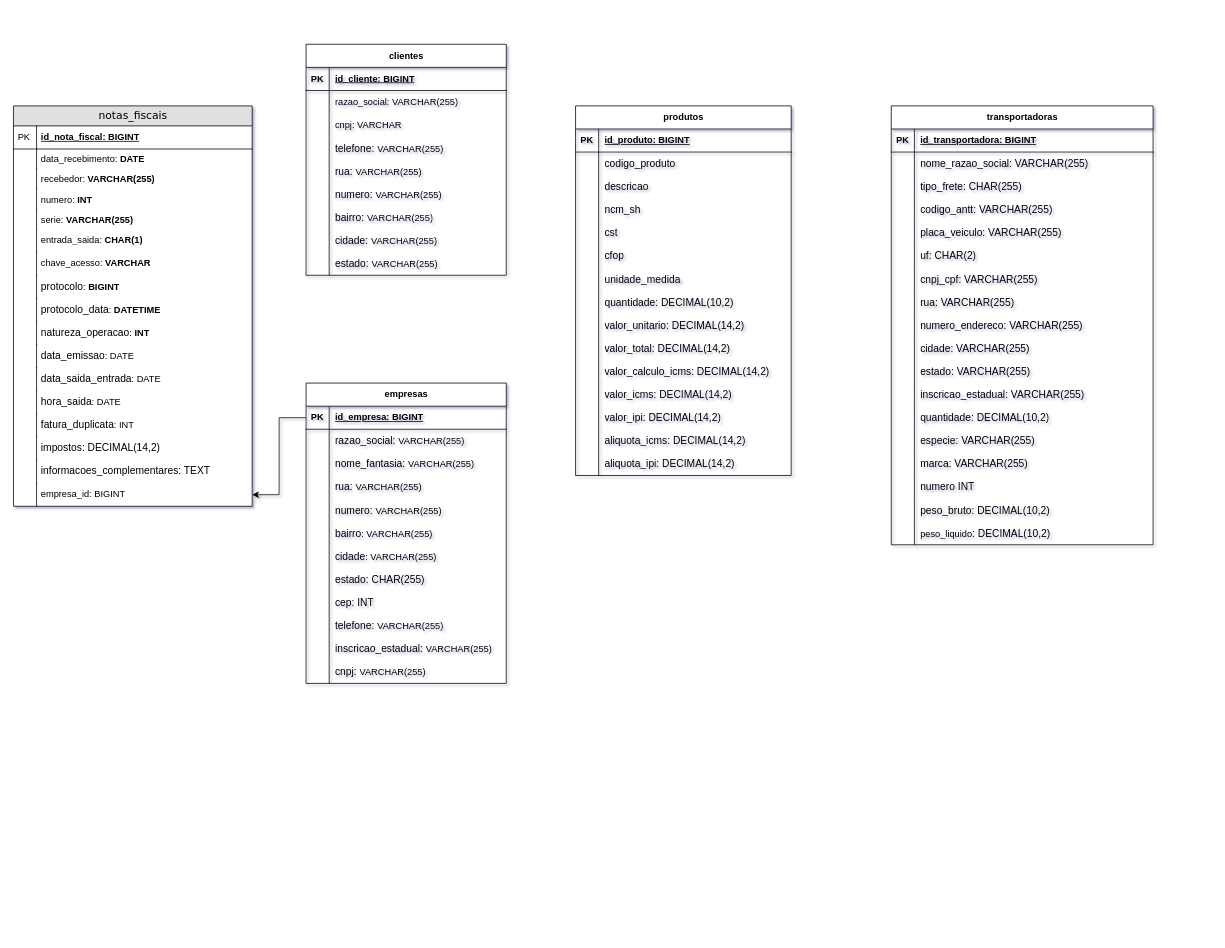
Earlier version of the draw.io diagram Diagrama sem nome.drawio (RenanSMA/3-Semestre). Source tidied: cells renumbered, new cells numbered last; positions are measured from the earlier drawing's top-left corner, leaving out a move shared by most shapes. Both pictures are drawn from the tidied source at 77%, with x=0, y=0 at pixel (13, 44).
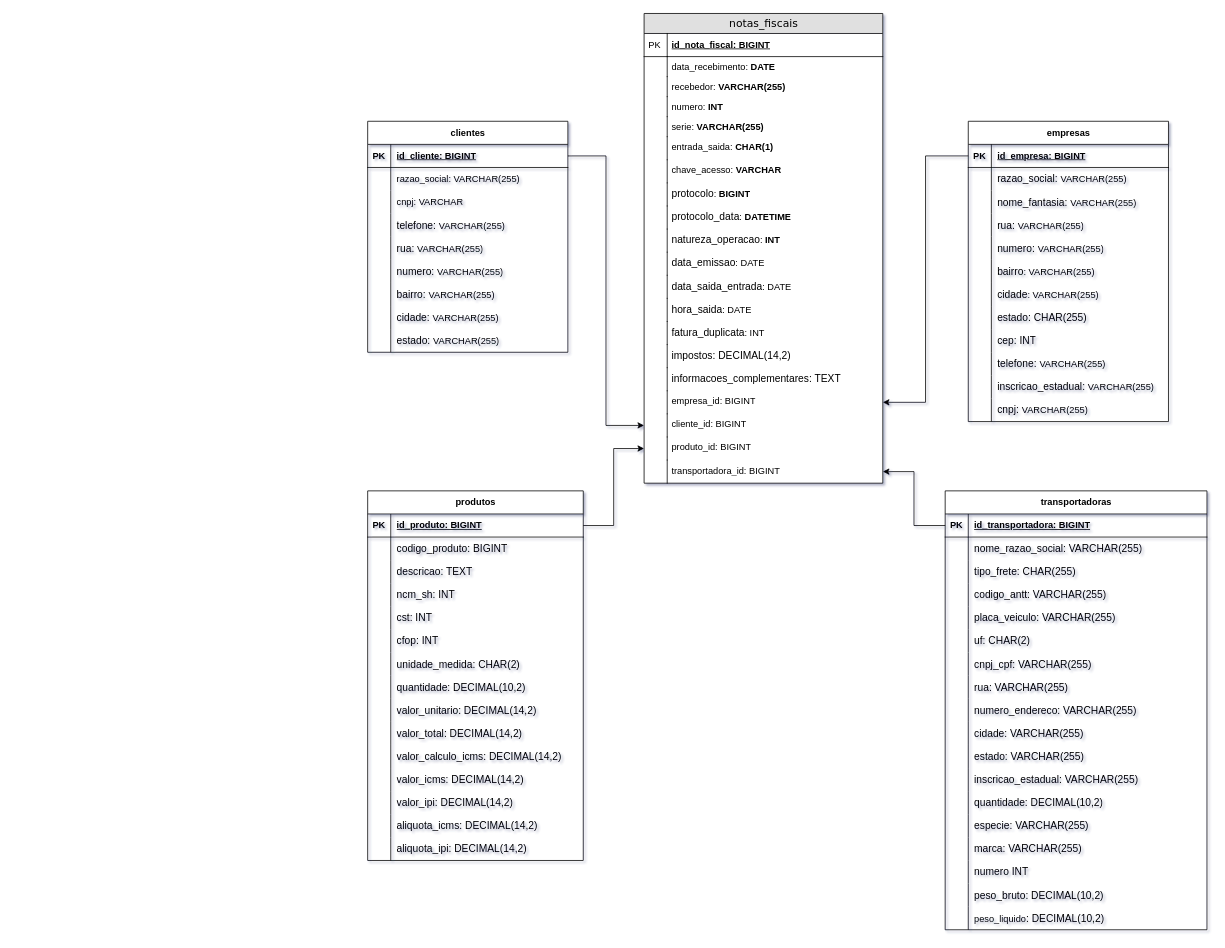
The same page after the edit.

Commit message:
Tarefa Feita 06/04/2025.drawio

The change refers to these unchanged cells:
```xml
<mxCell id="75" style="shape=tableRow;horizontal=0;startSize=0;swimlaneHead=0;swimlaneBody=0;fillColor=none;points=[[0,0.5],[1,0.5]];portConstraint=eastwest;top=0;left=0;right=0;bottom=1;" parent="74" vertex="1">
  <mxGeometry y="30" width="280" height="30" as="geometry" />
</mxCell>
<mxCell id="78" style="shape=tableRow;horizontal=0;startSize=0;swimlaneHead=0;swimlaneBody=0;fillColor=none;top=0;left=0;right=0;bottom=0;" parent="74" vertex="1">
  <mxGeometry y="60" width="280" height="30" as="geometry" />
</mxCell>
<mxCell id="81" style="shape=tableRow;horizontal=0;startSize=0;swimlaneHead=0;swimlaneBody=0;fillColor=none;top=0;left=0;right=0;bottom=0;" parent="74" vertex="1">
  <mxGeometry y="90" width="280" height="30" as="geometry" />
</mxCell>
<mxCell id="84" style="shape=tableRow;horizontal=0;startSize=0;swimlaneHead=0;swimlaneBody=0;fillColor=none;top=0;left=0;right=0;bottom=0;" parent="74" vertex="1">
  <mxGeometry y="120" width="280" height="30" as="geometry" />
</mxCell>
<mxCell id="87" style="shape=tableRow;horizontal=0;startSize=0;swimlaneHead=0;swimlaneBody=0;fillColor=none;top=0;left=0;right=0;bottom=0;" parent="74" vertex="1">
  <mxGeometry y="150" width="280" height="30" as="geometry" />
</mxCell>
<mxCell id="90" style="shape=tableRow;horizontal=0;startSize=0;swimlaneHead=0;swimlaneBody=0;fillColor=none;top=0;left=0;right=0;bottom=0;" parent="74" vertex="1">
  <mxGeometry y="180" width="280" height="30" as="geometry" />
</mxCell>
<mxCell id="93" style="shape=tableRow;horizontal=0;startSize=0;swimlaneHead=0;swimlaneBody=0;fillColor=none;top=0;left=0;right=0;bottom=0;" parent="74" vertex="1">
  <mxGeometry y="210" width="280" height="30" as="geometry" />
</mxCell>
<mxCell id="121" style="shape=tableRow;horizontal=0;startSize=0;swimlaneHead=0;swimlaneBody=0;fillColor=none;points=[[0,0.5],[1,0.5]];portConstraint=eastwest;top=0;left=0;right=0;bottom=1;" parent="120" vertex="1">
  <mxGeometry y="30" width="340" height="30" as="geometry" />
</mxCell>
<mxCell id="177" style="shape=tableRow;horizontal=0;startSize=0;swimlaneHead=0;swimlaneBody=0;fillColor=none;points=[[0,0.5],[1,0.5]];portConstraint=eastwest;top=0;left=0;right=0;bottom=1;" parent="176" vertex="1">
  <mxGeometry y="30" width="260" height="30" as="geometry" />
</mxCell>
```

Change to the diagram source:
```diff
@@
     <mxCell id="2" value="notas_fiscais" style="swimlane;html=1;fontStyle=0;horizontal=1;startSize=26;fillColor=#e0e0e0;swimlaneFillColor=#ffffff;align=center;rounded=0;shadow=0;comic=0;labelBackgroundColor=none;strokeWidth=1;fontFamily=Verdana;fontSize=14;" parent="1" vertex="1">
-      <mxGeometry y="80" width="310" height="520" as="geometry" />
+      <mxGeometry x="819" y="-40" width="310" height="610" as="geometry" />
     </mxCell>
@@
+    <mxCell id="204" value="cliente_id: BIGINT" style="shape=partialRectangle;top=0;left=0;right=0;bottom=0;html=1;align=left;verticalAlign=top;fillColor=none;spacingLeft=34;spacingRight=4;whiteSpace=wrap;overflow=hidden;points=[[0,0.5],[1,0.5]];portConstraint=eastwest;" parent="2" vertex="1">
+      <mxGeometry y="520" width="310" height="30" as="geometry" />
+    </mxCell>
+    <mxCell id="205" style="shape=partialRectangle;top=0;left=0;bottom=0;html=1;fillColor=none;align=left;verticalAlign=top;spacingLeft=4;spacingRight=4;whiteSpace=wrap;overflow=hidden;" parent="204" vertex="1">
+      <mxGeometry width="30" height="30" as="geometry" />
+    </mxCell>
+    <mxCell id="206" value="produto_id: BIGINT" style="shape=partialRectangle;top=0;left=0;right=0;bottom=0;html=1;align=left;verticalAlign=top;fillColor=none;spacingLeft=34;spacingRight=4;whiteSpace=wrap;overflow=hidden;points=[[0,0.5],[1,0.5]];portConstraint=eastwest;" parent="2" vertex="1">
+      <mxGeometry y="550" width="310" height="30" as="geometry" />
+    </mxCell>
+    <mxCell id="207" style="shape=partialRectangle;top=0;left=0;bottom=0;html=1;fillColor=none;align=left;verticalAlign=top;spacingLeft=4;spacingRight=4;whiteSpace=wrap;overflow=hidden;" parent="206" vertex="1">
+      <mxGeometry width="30" height="30" as="geometry" />
+    </mxCell>
+    <mxCell id="208" value="transportadora_id: BIGINT" style="shape=partialRectangle;top=0;left=0;right=0;bottom=0;html=1;align=left;verticalAlign=top;fillColor=none;spacingLeft=34;spacingRight=4;whiteSpace=wrap;overflow=hidden;points=[[0,0.5],[1,0.5]];portConstraint=eastwest;" parent="2" vertex="1">
+      <mxGeometry y="580" width="310" height="30" as="geometry" />
+    </mxCell>
+    <mxCell id="209" style="shape=partialRectangle;top=0;left=0;bottom=0;html=1;fillColor=none;align=left;verticalAlign=top;spacingLeft=4;spacingRight=4;whiteSpace=wrap;overflow=hidden;" parent="208" vertex="1">
+      <mxGeometry width="30" height="30" as="geometry" />
+    </mxCell>
     <mxCell id="37" value="empresas" style="shape=table;startSize=30;childLayout=tableLayout;rowLines=0;fontStyle=1;align=center;html=1;" parent="1" vertex="1">
-      <mxGeometry x="380" y="440" width="260" height="390" as="geometry" />
+      <mxGeometry x="1240" y="100" width="260" height="390" as="geometry" />
     </mxCell>
@@
     <mxCell id="74" value="produtos" style="shape=table;startSize=30;childLayout=tableLayout;rowLines=0;fontStyle=1;align=center;html=1;" parent="1" vertex="1">
-      <mxGeometry x="730" y="80" width="280" height="480" as="geometry" />
+      <mxGeometry x="460" y="580" width="280" height="480" as="geometry" />
     </mxCell>
@@
-    <mxCell id="80" value="&lt;span style=&quot;font-size:10pt;font-family:Arial;font-style:normal;&quot;&gt;codigo_produto&lt;/span&gt;" style="shape=partialRectangle;fillColor=none;top=0;left=0;bottom=0;right=0;align=left;spacingLeft=6;overflow=hidden;whiteSpace=wrap;html=1;" parent="78" vertex="1">
+    <mxCell id="80" value="&lt;span style=&quot;font-size:10pt;font-family:Arial;font-style:normal;&quot;&gt;codigo_produto: BIGINT&lt;/span&gt;" style="shape=partialRectangle;fillColor=none;top=0;left=0;bottom=0;right=0;align=left;spacingLeft=6;overflow=hidden;whiteSpace=wrap;html=1;" parent="78" vertex="1">
       <mxGeometry x="30" width="250" height="30" as="geometry" />
     </mxCell>
@@
-    <mxCell id="83" value="&lt;span style=&quot;font-size:10pt;font-family:Arial;font-style:normal;&quot;&gt;descricao&lt;/span&gt;" style="shape=partialRectangle;fillColor=none;top=0;left=0;bottom=0;right=0;align=left;spacingLeft=6;overflow=hidden;whiteSpace=wrap;html=1;" parent="81" vertex="1">
+    <mxCell id="83" value="&lt;span style=&quot;font-size:10pt;font-family:Arial;font-style:normal;&quot;&gt;descricao: TEXT&lt;/span&gt;" style="shape=partialRectangle;fillColor=none;top=0;left=0;bottom=0;right=0;align=left;spacingLeft=6;overflow=hidden;whiteSpace=wrap;html=1;" parent="81" vertex="1">
       <mxGeometry x="30" width="250" height="30" as="geometry" />
     </mxCell>
@@
-    <mxCell id="86" value="&lt;span style=&quot;font-size:10pt;font-family:Arial;font-style:normal;&quot;&gt;ncm_sh&lt;/span&gt;" style="shape=partialRectangle;fillColor=none;top=0;left=0;bottom=0;right=0;align=left;spacingLeft=6;overflow=hidden;whiteSpace=wrap;html=1;" parent="84" vertex="1">
+    <mxCell id="86" value="&lt;span style=&quot;font-size:10pt;font-family:Arial;font-style:normal;&quot;&gt;ncm_sh: INT&lt;/span&gt;" style="shape=partialRectangle;fillColor=none;top=0;left=0;bottom=0;right=0;align=left;spacingLeft=6;overflow=hidden;whiteSpace=wrap;html=1;" parent="84" vertex="1">
       <mxGeometry x="30" width="250" height="30" as="geometry" />
     </mxCell>
@@
-    <mxCell id="89" value="&lt;span style=&quot;font-size:10pt;font-family:Arial;font-style:normal;&quot;&gt;cst&lt;/span&gt;" style="shape=partialRectangle;fillColor=none;top=0;left=0;bottom=0;right=0;align=left;spacingLeft=6;overflow=hidden;whiteSpace=wrap;html=1;" parent="87" vertex="1">
+    <mxCell id="89" value="&lt;span style=&quot;font-size:10pt;font-family:Arial;font-style:normal;&quot;&gt;cst: INT&lt;/span&gt;" style="shape=partialRectangle;fillColor=none;top=0;left=0;bottom=0;right=0;align=left;spacingLeft=6;overflow=hidden;whiteSpace=wrap;html=1;" parent="87" vertex="1">
       <mxGeometry x="30" width="250" height="30" as="geometry" />
     </mxCell>
@@
-    <mxCell id="92" value="&lt;span style=&quot;font-size:10pt;font-family:Arial;font-style:normal;&quot;&gt;cfop&lt;/span&gt;" style="shape=partialRectangle;fillColor=none;top=0;left=0;bottom=0;right=0;align=left;spacingLeft=6;overflow=hidden;whiteSpace=wrap;html=1;" parent="90" vertex="1">
+    <mxCell id="92" value="&lt;span style=&quot;font-size:10pt;font-family:Arial;font-style:normal;&quot;&gt;cfop: INT&lt;/span&gt;" style="shape=partialRectangle;fillColor=none;top=0;left=0;bottom=0;right=0;align=left;spacingLeft=6;overflow=hidden;whiteSpace=wrap;html=1;" parent="90" vertex="1">
       <mxGeometry x="30" width="250" height="30" as="geometry" />
     </mxCell>
@@
-    <mxCell id="95" value="&lt;span style=&quot;font-size:10pt;font-family:Arial;font-style:normal;&quot;&gt;unidade_medida&lt;/span&gt;" style="shape=partialRectangle;fillColor=none;top=0;left=0;bottom=0;right=0;align=left;spacingLeft=6;overflow=hidden;whiteSpace=wrap;html=1;" parent="93" vertex="1">
+    <mxCell id="95" value="&lt;span style=&quot;font-size:10pt;font-family:Arial;font-style:normal;&quot;&gt;unidade_medida: CHAR(2)&lt;/span&gt;" style="shape=partialRectangle;fillColor=none;top=0;left=0;bottom=0;right=0;align=left;spacingLeft=6;overflow=hidden;whiteSpace=wrap;html=1;" parent="93" vertex="1">
       <mxGeometry x="30" width="250" height="30" as="geometry" />
     </mxCell>
@@
     <mxCell id="120" value="transportadoras" style="shape=table;startSize=30;childLayout=tableLayout;rowLines=0;fontStyle=1;align=center;html=1;" parent="1" vertex="1">
-      <mxGeometry x="1140" y="80" width="340" height="570" as="geometry" />
+      <mxGeometry x="1210" y="580" width="340" height="570" as="geometry" />
     </mxCell>
@@
     <mxCell id="176" value="clientes" style="shape=table;startSize=30;childLayout=tableLayout;rowLines=0;fontStyle=1;align=center;html=1;" parent="1" vertex="1">
-      <mxGeometry x="380" width="260" height="300" as="geometry" />
+      <mxGeometry x="460" y="100" width="260" height="300" as="geometry" />
     </mxCell>
@@
+    <mxCell id="210" style="edgeStyle=orthogonalEdgeStyle;rounded=0;jettySize=auto;html=1;exitX=1;exitY=0.5;exitDx=0;exitDy=0;entryX=0;entryY=0.5;entryDx=0;entryDy=0;" parent="1" edge="1" source="177" target="204">
+      <mxGeometry relative="1" as="geometry" />
+    </mxCell>
+    <mxCell id="211" style="edgeStyle=orthogonalEdgeStyle;rounded=0;jettySize=auto;html=1;exitX=1;exitY=0.5;exitDx=0;exitDy=0;entryX=0;entryY=0.5;entryDx=0;entryDy=0;" parent="1" edge="1" source="75" target="206">
+      <mxGeometry relative="1" as="geometry" />
+    </mxCell>
+    <mxCell id="212" style="edgeStyle=orthogonalEdgeStyle;rounded=0;jettySize=auto;html=1;exitX=0;exitY=0.5;exitDx=0;exitDy=0;entryX=1;entryY=0.5;entryDx=0;entryDy=0;" parent="1" edge="1" source="121" target="208">
+      <mxGeometry relative="1" as="geometry" />
+    </mxCell>
```
